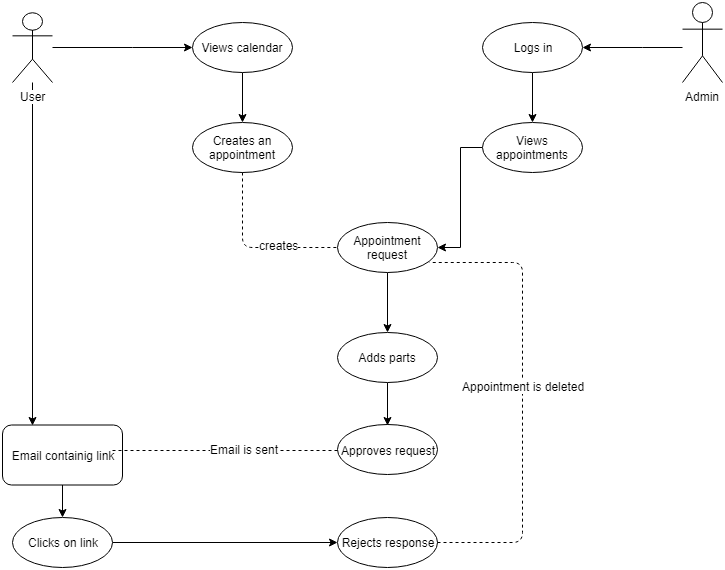
The draw.io diagram arhitecture/userReject.png in argalex/BikeS, before a commit. Source tidied: cells renumbered, new cells last; positions are measured from the earlier drawing's top-left corner, leaving out a move shared by most shapes. The source it was exported from:
```xml
<mxGraphModel background="#ffffff">
  <root>
    <mxCell id="0" />
    <mxCell id="1" parent="0" />
    <mxCell id="2" style="edgeStyle=orthogonalEdgeStyle;rounded=0;jettySize=auto;html=1;" parent="1" edge="1" source="4" target="8">
      <mxGeometry relative="1" as="geometry">
        <Array as="points">
          <mxPoint x="130" y="45" />
          <mxPoint x="130" y="45" />
        </Array>
      </mxGeometry>
    </mxCell>
    <mxCell id="3" style="edgeStyle=orthogonalEdgeStyle;rounded=0;jettySize=auto;html=1;entryX=0.25;entryY=0;entryDx=0;entryDy=0;" parent="1" edge="1" source="4" target="20">
      <mxGeometry relative="1" as="geometry" />
    </mxCell>
    <mxCell id="4" value="User" style="shape=umlActor;verticalLabelPosition=bottom;labelBackgroundColor=#ffffff;verticalAlign=top;html=1;outlineConnect=0;" parent="1" vertex="1">
      <mxGeometry x="10" y="10" width="40" height="70" as="geometry" />
    </mxCell>
    <mxCell id="5" style="edgeStyle=orthogonalEdgeStyle;rounded=0;jettySize=auto;html=1;entryX=1;entryY=0.5;entryDx=0;entryDy=0;" parent="1" edge="1" source="6" target="11">
      <mxGeometry relative="1" as="geometry">
        <Array as="points">
          <mxPoint x="640" y="45" />
          <mxPoint x="640" y="45" />
        </Array>
      </mxGeometry>
    </mxCell>
    <mxCell id="6" value="Admin" style="shape=umlActor;verticalLabelPosition=bottom;labelBackgroundColor=#ffffff;verticalAlign=top;html=1;outlineConnect=0;" parent="1" vertex="1">
      <mxGeometry x="680" width="40" height="80" as="geometry" />
    </mxCell>
    <mxCell id="7" style="edgeStyle=orthogonalEdgeStyle;rounded=0;jettySize=auto;html=1;entryX=0.5;entryY=0;entryDx=0;entryDy=0;" parent="1" edge="1" source="8" target="9">
      <mxGeometry relative="1" as="geometry" />
    </mxCell>
    <mxCell id="8" value="Views calendar" style="ellipse;whiteSpace=wrap;html=1;" parent="1" vertex="1">
      <mxGeometry x="190" y="20" width="100" height="50" as="geometry" />
    </mxCell>
    <mxCell id="9" value="Creates an appointment" style="ellipse;whiteSpace=wrap;html=1;" parent="1" vertex="1">
      <mxGeometry x="190" y="120" width="100" height="50" as="geometry" />
    </mxCell>
    <mxCell id="10" style="edgeStyle=orthogonalEdgeStyle;rounded=0;jettySize=auto;html=1;entryX=0.5;entryY=0;entryDx=0;entryDy=0;" parent="1" edge="1" source="11" target="15">
      <mxGeometry relative="1" as="geometry" />
    </mxCell>
    <mxCell id="11" value="Logs in" style="ellipse;whiteSpace=wrap;html=1;" parent="1" vertex="1">
      <mxGeometry x="480" y="20" width="100" height="50" as="geometry" />
    </mxCell>
    <mxCell id="12" style="edgeStyle=orthogonalEdgeStyle;rounded=0;jettySize=auto;html=1;" parent="1" edge="1" source="13">
      <mxGeometry relative="1" as="geometry">
        <mxPoint x="385" y="330" as="targetPoint" />
      </mxGeometry>
    </mxCell>
    <mxCell id="13" value="Appointment request" style="ellipse;whiteSpace=wrap;html=1;" parent="1" vertex="1">
      <mxGeometry x="335" y="220" width="100" height="50" as="geometry" />
    </mxCell>
    <mxCell id="14" style="edgeStyle=orthogonalEdgeStyle;rounded=0;jettySize=auto;html=1;entryX=1;entryY=0.5;entryDx=0;entryDy=0;" parent="1" edge="1" source="15" target="13">
      <mxGeometry relative="1" as="geometry" />
    </mxCell>
    <mxCell id="15" value="Views appointments" style="ellipse;whiteSpace=wrap;html=1;" parent="1" vertex="1">
      <mxGeometry x="480" y="120" width="100" height="50" as="geometry" />
    </mxCell>
    <mxCell id="16" style="endArrow=none;dashed=1;html=1;entryX=0;entryY=0.5;entryDx=0;entryDy=0;exitX=0.5;exitY=1;exitDx=0;exitDy=0;" parent="1" edge="1" source="9" target="13">
      <mxGeometry relative="1" as="geometry">
        <Array as="points">
          <mxPoint x="240" y="245" />
        </Array>
      </mxGeometry>
    </mxCell>
    <mxCell id="17" value="creates" style="text;html=1;align=center;verticalAlign=middle;labelBackgroundColor=#ffffff;" parent="16" vertex="1">
      <mxGeometry x="0.31" y="3" relative="1" as="geometry" />
    </mxCell>
    <mxCell id="18" value="Approves request" style="ellipse;whiteSpace=wrap;html=1;direction=west;" parent="1" vertex="1">
      <mxGeometry x="335" y="422.5" width="100" height="50" as="geometry" />
    </mxCell>
    <mxCell id="19" style="edgeStyle=orthogonalEdgeStyle;rounded=0;jettySize=auto;html=1;entryX=0.5;entryY=0;entryDx=0;entryDy=0;" parent="1" edge="1" source="20" target="22">
      <mxGeometry relative="1" as="geometry" />
    </mxCell>
    <mxCell id="20" value="Email containig link" style="rounded=1;whiteSpace=wrap;html=1;" parent="1" vertex="1">
      <mxGeometry y="422.5" width="120" height="60" as="geometry" />
    </mxCell>
    <mxCell id="21" style="edgeStyle=orthogonalEdgeStyle;rounded=0;jettySize=auto;html=1;entryX=0;entryY=0.5;entryDx=0;entryDy=0;" parent="1" edge="1" source="22" target="23">
      <mxGeometry relative="1" as="geometry" />
    </mxCell>
    <mxCell id="22" value="Clicks on link" style="ellipse;whiteSpace=wrap;html=1;" parent="1" vertex="1">
      <mxGeometry x="10" y="515" width="100" height="50" as="geometry" />
    </mxCell>
    <mxCell id="23" value="Rejects response" style="ellipse;whiteSpace=wrap;html=1;" parent="1" vertex="1">
      <mxGeometry x="335" y="515" width="100" height="50" as="geometry" />
    </mxCell>
    <mxCell id="24" style="endArrow=none;dashed=1;html=1;exitX=1;exitY=0.5;exitDx=0;exitDy=0;entryX=0.92;entryY=0.8;entryDx=0;entryDy=0;entryPerimeter=0;" parent="1" edge="1" source="23" target="13">
      <mxGeometry relative="1" as="geometry">
        <Array as="points">
          <mxPoint x="520" y="540" />
          <mxPoint x="520" y="260" />
        </Array>
      </mxGeometry>
    </mxCell>
    <mxCell id="25" value="Appointment is deleted" style="text;html=1;align=center;verticalAlign=middle;labelBackgroundColor=#ffffff;" parent="24" vertex="1">
      <mxGeometry x="0.05" relative="1" as="geometry" />
    </mxCell>
    <mxCell id="26" style="edgeStyle=orthogonalEdgeStyle;rounded=0;jettySize=auto;html=1;entryX=0.5;entryY=1;entryDx=0;entryDy=0;" parent="1" edge="1" source="27" target="18">
      <mxGeometry relative="1" as="geometry" />
    </mxCell>
    <mxCell id="27" value="Adds parts" style="ellipse;whiteSpace=wrap;html=1;" parent="1" vertex="1">
      <mxGeometry x="335" y="330" width="100" height="50" as="geometry" />
    </mxCell>
    <mxCell id="28" style="endArrow=none;dashed=1;html=1;entryX=1;entryY=0.5;entryDx=0;entryDy=0;exitX=0.917;exitY=0.425;exitDx=0;exitDy=0;exitPerimeter=0;" parent="1" edge="1" source="20" target="18">
      <mxGeometry relative="1" as="geometry" />
    </mxCell>
    <mxCell id="29" value="Email is sent" style="text;html=1;align=center;verticalAlign=middle;labelBackgroundColor=#ffffff;" parent="28" vertex="1">
      <mxGeometry x="0.16" y="2" relative="1" as="geometry" />
    </mxCell>
  </root>
</mxGraphModel>
```
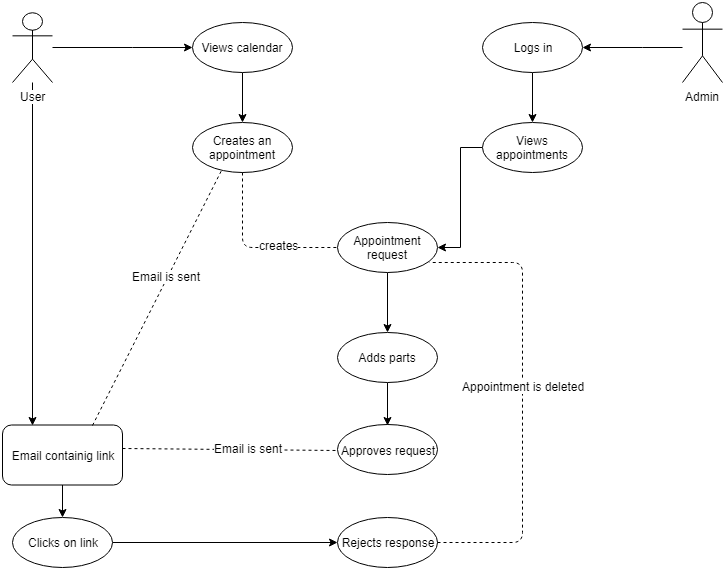
After the change.

The edit, as a diff of the source:
```diff
@@ -1,4 +1,4 @@
-<mxGraphModel background="#ffffff">
+<mxGraphModel>
   <root>
     <mxCell id="0" />
     <mxCell id="1" parent="0" />
@@ -42,11 +42,11 @@
     <mxCell id="11" value="Logs in" style="ellipse;whiteSpace=wrap;html=1;" parent="1" vertex="1">
       <mxGeometry x="480" y="20" width="100" height="50" as="geometry" />
     </mxCell>
-    <mxCell id="12" style="edgeStyle=orthogonalEdgeStyle;rounded=0;jettySize=auto;html=1;" parent="1" edge="1" source="13">
-      <mxGeometry relative="1" as="geometry">
-        <mxPoint x="385" y="330" as="targetPoint" />
-      </mxGeometry>
-    </mxCell>
+    <mxCell id="30" style="edgeStyle=orthogonalEdgeStyle;rounded=0;jettySize=auto;html=1;" parent="1" edge="1" source="13">
+      <mxGeometry relative="1" as="geometry">
+        <mxPoint x="385" y="330" as="targetPoint" />
+      </mxGeometry>
+    </mxCell>
     <mxCell id="13" value="Appointment request" style="ellipse;whiteSpace=wrap;html=1;" parent="1" vertex="1">
       <mxGeometry x="335" y="220" width="100" height="50" as="geometry" />
     </mxCell>
@@ -101,11 +101,17 @@
     <mxCell id="27" value="Adds parts" style="ellipse;whiteSpace=wrap;html=1;" parent="1" vertex="1">
       <mxGeometry x="335" y="330" width="100" height="50" as="geometry" />
     </mxCell>
-    <mxCell id="28" style="endArrow=none;dashed=1;html=1;entryX=1;entryY=0.5;entryDx=0;entryDy=0;exitX=0.917;exitY=0.425;exitDx=0;exitDy=0;exitPerimeter=0;" parent="1" edge="1" source="20" target="18">
+    <mxCell id="28" style="endArrow=none;dashed=1;html=1;entryX=1;entryY=0.5;entryDx=0;entryDy=0;exitX=1;exitY=0.392;exitDx=0;exitDy=0;exitPerimeter=0;" parent="1" edge="1" source="20" target="18">
       <mxGeometry relative="1" as="geometry" />
     </mxCell>
-    <mxCell id="29" value="Email is sent" style="text;html=1;align=center;verticalAlign=middle;labelBackgroundColor=#ffffff;" parent="28" vertex="1">
-      <mxGeometry x="0.16" y="2" relative="1" as="geometry" />
-    </mxCell>
+    <mxCell id="31" value="Email is sent" style="text;html=1;align=center;verticalAlign=middle;labelBackgroundColor=#ffffff;" parent="28" vertex="1">
+      <mxGeometry x="0.16" y="2" relative="1" as="geometry" />
+    </mxCell>
+    <mxCell id="32" style="endArrow=none;dashed=1;html=1;entryX=0.29;entryY=0.96;entryDx=0;entryDy=0;exitX=0.75;exitY=0;exitDx=0;exitDy=0;entryPerimeter=0;" parent="1" edge="1" source="20" target="9">
+      <mxGeometry relative="1" as="geometry" />
+    </mxCell>
+    <mxCell id="33" value="Email is sent" style="text;html=1;align=center;verticalAlign=middle;labelBackgroundColor=#ffffff;" parent="32" vertex="1">
+      <mxGeometry x="0.16" y="2" relative="1" as="geometry" />
+    </mxCell>
   </root>
 </mxGraphModel>
```
